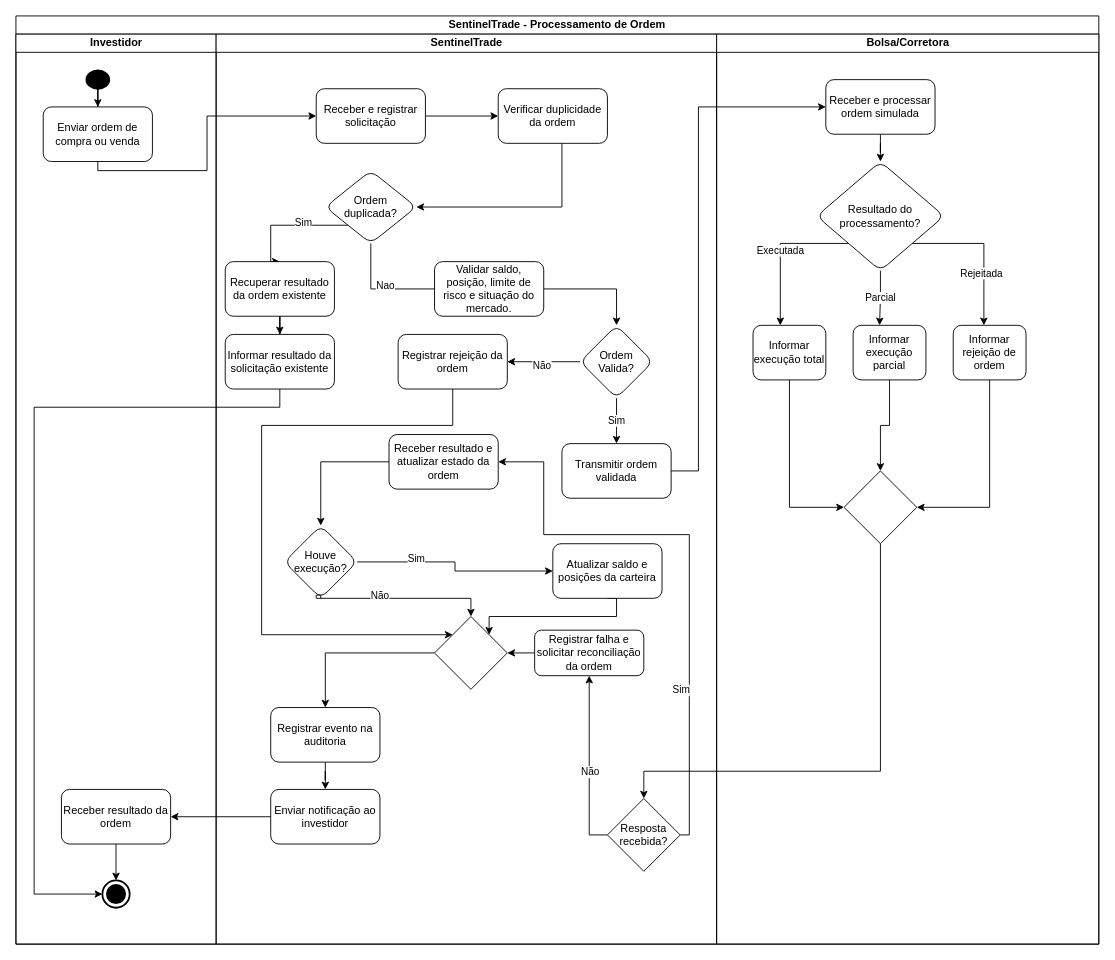
The draw.io diagram Gabriel-Franca-Vita-Enzo-Conte-Henrique-Nani-Cerqueira/Docs/Diagramas/drawio/UML-Atividades-Processamento-Ordem.drawio in gabrielfvita/projetosoftware-sentinel-trade, before the edit. Source tidied: cells renumbered, new cells numbered last; positions are measured from the earlier drawing's top-left corner, leaving out a move shared by most shapes. Both pictures are drawn from the tidied source at 91%, with x=0, y=0 at pixel (15, 15).
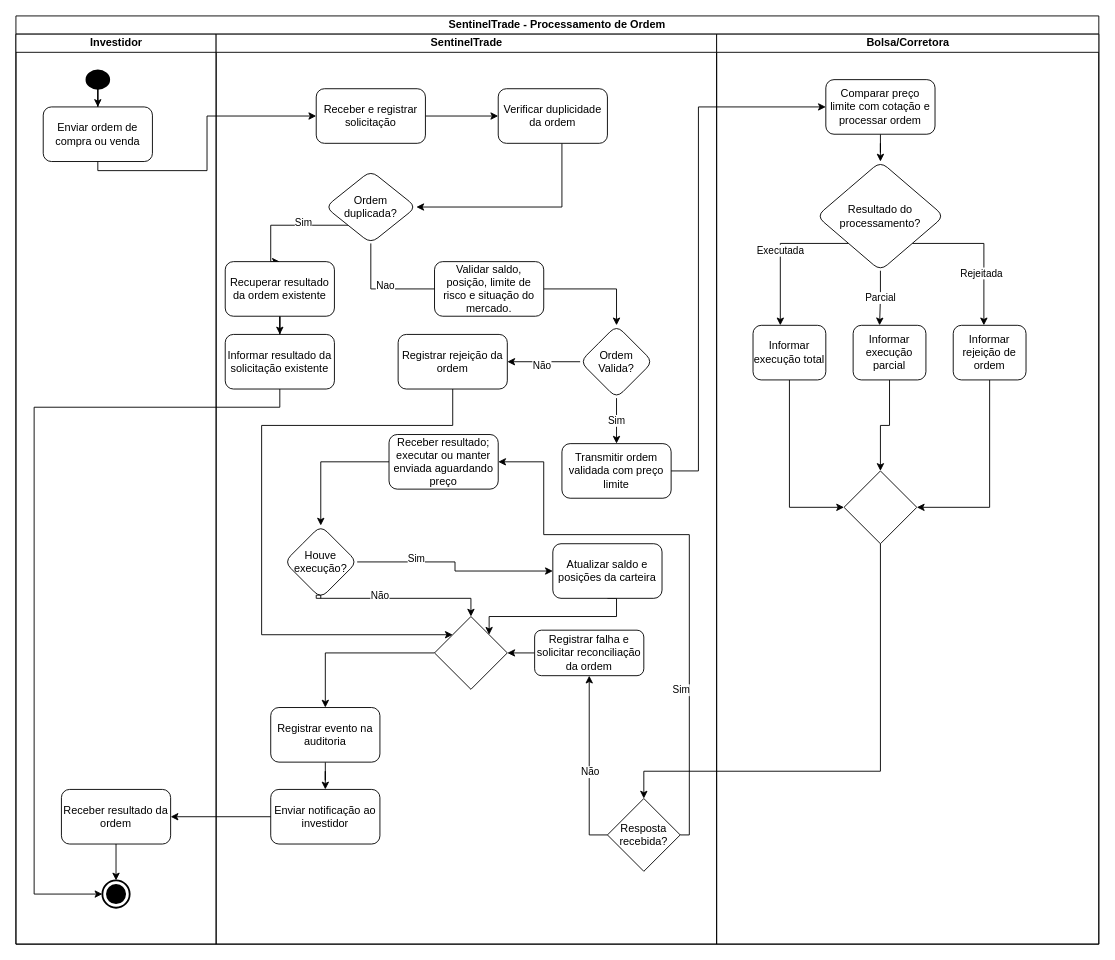
After the change.

Unchanged cells that the change refers to:
```xml
<mxCell id="10" value="SentinelTrade" style="swimlane;html=1;startSize=20;" parent="2" vertex="1">
  <mxGeometry x="220" y="20" width="550" height="1000" as="geometry" />
</mxCell>
<mxCell id="48" value="Bolsa/Corretora" style="swimlane;html=1;startSize=20;" parent="2" vertex="1">
  <mxGeometry x="770" y="20" width="420" height="1000" as="geometry" />
</mxCell>
```

Change to the diagram source:
```diff
@@
-    <mxCell id="30" value="Transmitir ordem validada" style="whiteSpace=wrap;html=1;rounded=1;roundedPerimeter=1;" parent="10" vertex="1">
+    <mxCell id="30" value="Transmitir ordem validada com preço limite" style="whiteSpace=wrap;html=1;rounded=1;roundedPerimeter=1;" parent="10" vertex="1">
       <mxGeometry x="380" y="450" width="120" height="60" as="geometry" />
     </mxCell>
@@
-    <mxCell id="32" value="Receber resultado e atualizar estado da ordem" style="rounded=1;whiteSpace=wrap;html=1;roundedPerimeter=1;" parent="10" vertex="1">
+    <mxCell id="32" value="Receber resultado; executar ou manter enviada aguardando preço" style="rounded=1;whiteSpace=wrap;html=1;roundedPerimeter=1;" parent="10" vertex="1">
       <mxGeometry x="190" y="440" width="120" height="60" as="geometry" />
     </mxCell>
@@
-    <mxCell id="50" value="Receber e processar ordem simulada" style="whiteSpace=wrap;html=1;rounded=1;roundedPerimeter=1;" parent="48" vertex="1">
+    <mxCell id="50" value="Comparar preço limite com cotação e processar ordem" style="whiteSpace=wrap;html=1;rounded=1;roundedPerimeter=1;" parent="48" vertex="1">
       <mxGeometry x="120" y="50" width="120" height="60" as="geometry" />
     </mxCell>
```
